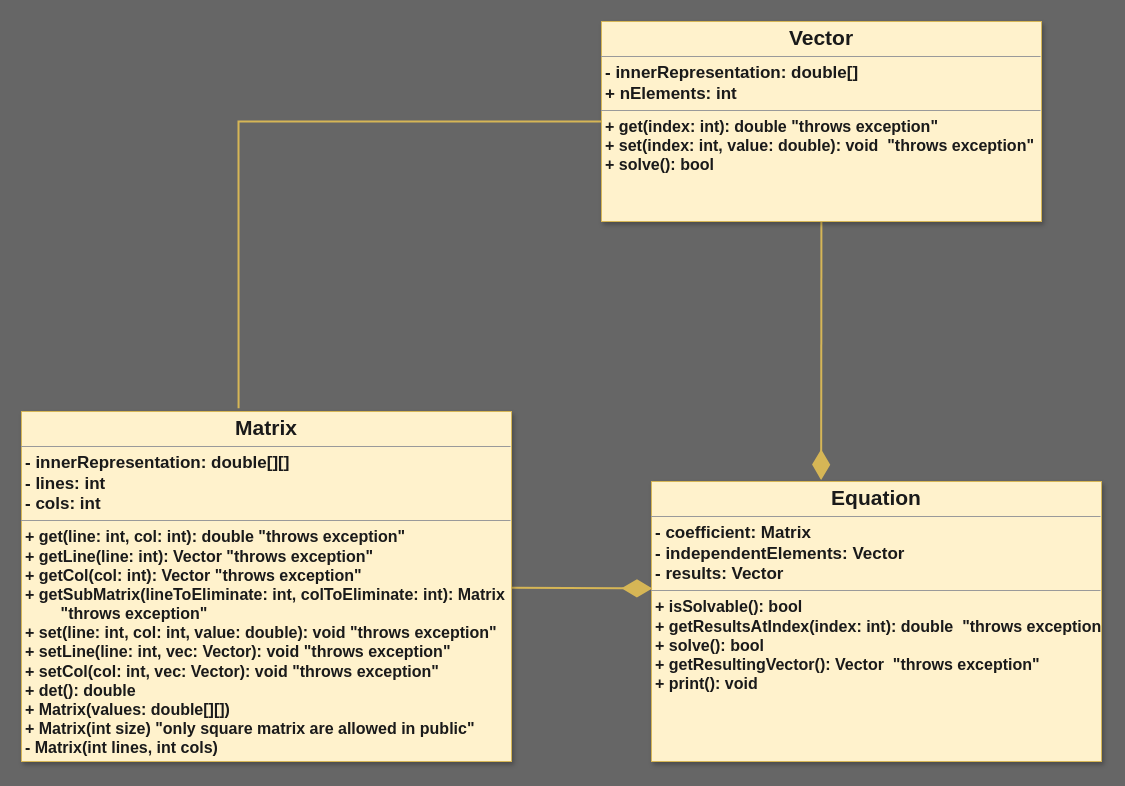
Before: diagrams/KramerSolver.drawio in Sophi301/Kramer, a draw.io diagram. Source tidied: cells renumbered, new cells numbered last; positions are measured from the earlier drawing's top-left corner, leaving out a move shared by most shapes. Both pictures are drawn from the tidied source at 100%, with x=0, y=0 at pixel (21, 21).
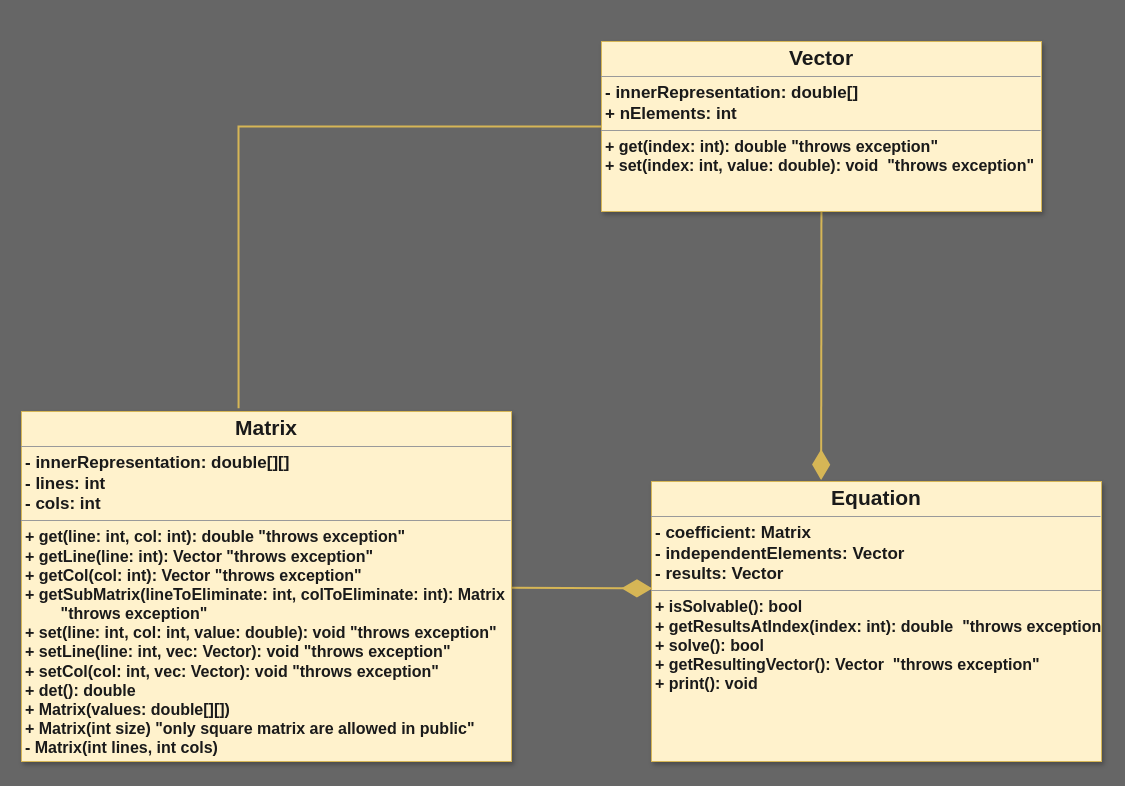
After the change.

Diff of the diagram source:
```diff
@@
 <mxGraphModel background="#666666">
   <root>
     <mxCell id="0" />
     <mxCell id="1" parent="0" />
     <mxCell id="2" value="&lt;p style=&quot;text-align: center ; margin: 4px 0px 0px&quot;&gt;&lt;b&gt;&lt;font style=&quot;font-size: 21px&quot;&gt;Equation&lt;/font&gt;&lt;/b&gt;&lt;/p&gt;&lt;hr size=&quot;1&quot;&gt;&lt;p style=&quot;margin: 0px 0px 0px 4px ; font-size: 17px&quot;&gt;&lt;font style=&quot;font-size: 17px&quot;&gt;&lt;b&gt;- coefficient: Matrix&lt;/b&gt;&lt;/font&gt;&lt;/p&gt;&lt;p style=&quot;margin: 0px 0px 0px 4px ; font-size: 17px&quot;&gt;&lt;font style=&quot;font-size: 17px&quot;&gt;&lt;b&gt;- independentElements: Vector&lt;/b&gt;&lt;/font&gt;&lt;/p&gt;&lt;p style=&quot;margin: 0px 0px 0px 4px ; font-size: 17px&quot;&gt;&lt;font style=&quot;font-size: 17px&quot;&gt;&lt;b&gt;- results: Vector&lt;/b&gt;&lt;/font&gt;&lt;/p&gt;&lt;hr size=&quot;1&quot;&gt;&lt;p style=&quot;margin: 0px ; margin-left: 4px&quot;&gt;&lt;font size=&quot;3&quot;&gt;&lt;b&gt;+ isSolvable(): bool&lt;/b&gt;&lt;/font&gt;&lt;/p&gt;&lt;p style=&quot;margin: 0px ; margin-left: 4px&quot;&gt;&lt;font size=&quot;3&quot;&gt;&lt;b&gt;+ getResultsAtIndex(index: int): double&amp;nbsp; &quot;throws exception&quot;&lt;/b&gt;&lt;/font&gt;&lt;/p&gt;&lt;p style=&quot;margin: 0px ; margin-left: 4px&quot;&gt;&lt;font size=&quot;3&quot;&gt;&lt;b&gt;+ solve(): bool&lt;/b&gt;&lt;/font&gt;&lt;/p&gt;&lt;p style=&quot;margin: 0px ; margin-left: 4px&quot;&gt;&lt;font size=&quot;3&quot;&gt;&lt;b&gt;+ getResultingVector(): Vector&amp;nbsp; &quot;throws exception&quot;&lt;/b&gt;&lt;/font&gt;&lt;/p&gt;&lt;p style=&quot;margin: 0px ; margin-left: 4px&quot;&gt;&lt;font size=&quot;3&quot;&gt;&lt;b&gt;+ print(): void&lt;/b&gt;&lt;/font&gt;&lt;/p&gt;" style="verticalAlign=top;align=left;overflow=fill;fontSize=12;fontFamily=Helvetica;html=1;gradientDirection=west;rounded=0;glass=0;shadow=1;strokeWidth=1;fillColor=#fff2cc;strokeColor=#d6b656;fontColor=#1A1A1A;" parent="1" vertex="1">
       <mxGeometry x="630" y="460" width="450" height="280" as="geometry" />
     </mxCell>
     <mxCell id="3" style="edgeStyle=none;html=1;entryX=0.002;entryY=0.382;entryDx=0;entryDy=0;entryPerimeter=0;fontSize=21;fontColor=#1A1A1A;endArrow=diamondThin;endFill=1;endSize=25;strokeWidth=2;fillColor=#fff2cc;strokeColor=#d6b656;rounded=0;" parent="1" edge="1" source="4" target="2">
       <mxGeometry relative="1" as="geometry" />
     </mxCell>
     <mxCell id="4" value="&lt;p style=&quot;text-align: center ; margin: 4px 0px 0px&quot;&gt;&lt;b&gt;&lt;font style=&quot;font-size: 21px&quot;&gt;Matrix&lt;/font&gt;&lt;/b&gt;&lt;/p&gt;&lt;hr size=&quot;1&quot;&gt;&lt;p style=&quot;margin: 0px 0px 0px 4px ; font-size: 17px&quot;&gt;&lt;b&gt;- innerRepresentation: double[][]&lt;/b&gt;&lt;/p&gt;&lt;p style=&quot;margin: 0px 0px 0px 4px ; font-size: 17px&quot;&gt;&lt;b&gt;- lines: int&lt;/b&gt;&lt;br&gt;&lt;/p&gt;&lt;p style=&quot;margin: 0px 0px 0px 4px ; font-size: 17px&quot;&gt;&lt;b&gt;- cols: int&lt;/b&gt;&lt;/p&gt;&lt;hr size=&quot;1&quot;&gt;&lt;p style=&quot;margin: 0px ; margin-left: 4px&quot;&gt;&lt;font size=&quot;3&quot;&gt;&lt;b&gt;+ get(line: int, col: int): double &quot;throws exception&quot;&lt;/b&gt;&lt;/font&gt;&lt;/p&gt;&lt;p style=&quot;margin: 0px ; margin-left: 4px&quot;&gt;&lt;font size=&quot;3&quot;&gt;&lt;b&gt;+ getLine(line: int): Vector &quot;throws exception&quot;&lt;/b&gt;&lt;/font&gt;&lt;/p&gt;&lt;p style=&quot;margin: 0px ; margin-left: 4px&quot;&gt;&lt;font size=&quot;3&quot;&gt;&lt;b&gt;+ getCol(col: int): Vector &quot;throws exception&quot;&lt;/b&gt;&lt;/font&gt;&lt;/p&gt;&lt;p style=&quot;margin: 0px ; margin-left: 4px&quot;&gt;&lt;font size=&quot;3&quot;&gt;&lt;b&gt;+ getSubMatrix(lineToEliminate: int, colToEliminate: int): Matrix&lt;/b&gt;&lt;/font&gt;&lt;/p&gt;&lt;p style=&quot;margin: 0px ; margin-left: 4px&quot;&gt;&lt;font size=&quot;3&quot;&gt;&lt;b&gt;&lt;span style=&quot;white-space: pre&quot;&gt;&#9;&lt;/span&gt;&quot;throws exception&quot;&lt;br&gt;&lt;/b&gt;&lt;/font&gt;&lt;/p&gt;&lt;p style=&quot;margin: 0px ; margin-left: 4px&quot;&gt;&lt;font size=&quot;3&quot;&gt;&lt;b&gt;+ set(line: int, col: int, value: double): void &quot;throws exception&quot;&lt;/b&gt;&lt;/font&gt;&lt;/p&gt;&lt;p style=&quot;margin: 0px ; margin-left: 4px&quot;&gt;&lt;font size=&quot;3&quot;&gt;&lt;b&gt;+ setLine(line: int, vec: Vector): void &quot;throws exception&quot;&lt;/b&gt;&lt;/font&gt;&lt;/p&gt;&lt;p style=&quot;margin: 0px ; margin-left: 4px&quot;&gt;&lt;font size=&quot;3&quot;&gt;&lt;b&gt;+ setCol(col: int, vec: Vector): void &quot;throws exception&quot;&lt;/b&gt;&lt;/font&gt;&lt;/p&gt;&lt;p style=&quot;margin: 0px ; margin-left: 4px&quot;&gt;&lt;font size=&quot;3&quot;&gt;&lt;b&gt;+ det(): double&lt;/b&gt;&lt;/font&gt;&lt;/p&gt;&lt;p style=&quot;margin: 0px ; margin-left: 4px&quot;&gt;&lt;font size=&quot;3&quot;&gt;&lt;b&gt;+ Matrix(values: double[][])&lt;/b&gt;&lt;/font&gt;&lt;/p&gt;&lt;p style=&quot;margin: 0px ; margin-left: 4px&quot;&gt;&lt;font size=&quot;3&quot;&gt;&lt;b&gt;+ Matrix(int size) &quot;only square matrix are allowed in public&quot;&lt;/b&gt;&lt;/font&gt;&lt;/p&gt;&lt;p style=&quot;margin: 0px ; margin-left: 4px&quot;&gt;&lt;font size=&quot;3&quot;&gt;&lt;b&gt;- Matrix(int lines, int cols)&lt;/b&gt;&lt;/font&gt;&lt;/p&gt;" style="verticalAlign=top;align=left;overflow=fill;fontSize=12;fontFamily=Helvetica;html=1;gradientDirection=west;rounded=0;glass=0;shadow=1;strokeWidth=1;fillColor=#fff2cc;strokeColor=#d6b656;fontColor=#1A1A1A;" parent="1" vertex="1">
       <mxGeometry y="390" width="490" height="350" as="geometry" />
     </mxCell>
     <mxCell id="5" style="edgeStyle=none;html=1;entryX=0.377;entryY=-0.005;entryDx=0;entryDy=0;fontSize=21;fontColor=#1A1A1A;endArrow=diamondThin;endFill=1;endSize=25;entryPerimeter=0;strokeWidth=2;fillColor=#fff2cc;strokeColor=#d6b656;rounded=0;" parent="1" edge="1" source="7" target="2">
       <mxGeometry relative="1" as="geometry" />
     </mxCell>
     <mxCell id="6" style="edgeStyle=none;html=1;entryX=0.443;entryY=-0.009;entryDx=0;entryDy=0;entryPerimeter=0;fontSize=21;fontColor=#1A1A1A;endArrow=none;endFill=0;endSize=25;strokeWidth=2;fillColor=#fff2cc;strokeColor=#d6b656;rounded=0;" parent="1" edge="1" source="7" target="4">
       <mxGeometry relative="1" as="geometry">
         <Array as="points">
-          <mxPoint x="217" y="100" />
+          <mxPoint x="217" y="105" />
         </Array>
       </mxGeometry>
     </mxCell>
-    <mxCell id="7" value="&lt;p style=&quot;text-align: center ; margin: 4px 0px 0px&quot;&gt;&lt;b&gt;&lt;font style=&quot;font-size: 21px&quot;&gt;Vector&lt;/font&gt;&lt;/b&gt;&lt;/p&gt;&lt;hr size=&quot;1&quot;&gt;&lt;p style=&quot;margin: 0px 0px 0px 4px ; font-size: 17px&quot;&gt;&lt;font style=&quot;font-size: 17px&quot;&gt;&lt;b&gt;- innerRepresentation: double[]&lt;/b&gt;&lt;/font&gt;&lt;/p&gt;&lt;p style=&quot;margin: 0px 0px 0px 4px ; font-size: 17px&quot;&gt;&lt;b&gt;+ nElements: int&lt;/b&gt;&lt;/p&gt;&lt;hr size=&quot;1&quot;&gt;&lt;p style=&quot;margin: 0px ; margin-left: 4px&quot;&gt;&lt;font size=&quot;3&quot;&gt;&lt;b&gt;+ get(index: int): double &quot;throws exception&quot;&amp;nbsp;&lt;/b&gt;&lt;/font&gt;&lt;/p&gt;&lt;p style=&quot;margin: 0px ; margin-left: 4px&quot;&gt;&lt;font size=&quot;3&quot;&gt;&lt;b&gt;+ set(index: int, value: double): void&amp;nbsp; &quot;throws exception&quot;&lt;/b&gt;&lt;/font&gt;&lt;/p&gt;&lt;p style=&quot;margin: 0px ; margin-left: 4px&quot;&gt;&lt;font size=&quot;3&quot;&gt;&lt;b&gt;+ solve(): bool&lt;/b&gt;&lt;/font&gt;&lt;/p&gt;" style="verticalAlign=top;align=left;overflow=fill;fontSize=12;fontFamily=Helvetica;html=1;gradientDirection=west;rounded=0;glass=0;shadow=1;strokeWidth=1;fillColor=#fff2cc;strokeColor=#d6b656;fontColor=#1A1A1A;" parent="1" vertex="1">
-      <mxGeometry x="580" width="440" height="200" as="geometry" />
+    <mxCell id="7" value="&lt;p style=&quot;text-align: center ; margin: 4px 0px 0px&quot;&gt;&lt;b&gt;&lt;font style=&quot;font-size: 21px&quot;&gt;Vector&lt;/font&gt;&lt;/b&gt;&lt;/p&gt;&lt;hr size=&quot;1&quot;&gt;&lt;p style=&quot;margin: 0px 0px 0px 4px ; font-size: 17px&quot;&gt;&lt;font style=&quot;font-size: 17px&quot;&gt;&lt;b&gt;- innerRepresentation: double[]&lt;/b&gt;&lt;/font&gt;&lt;/p&gt;&lt;p style=&quot;margin: 0px 0px 0px 4px ; font-size: 17px&quot;&gt;&lt;b&gt;+ nElements: int&lt;/b&gt;&lt;/p&gt;&lt;hr size=&quot;1&quot;&gt;&lt;p style=&quot;margin: 0px ; margin-left: 4px&quot;&gt;&lt;font size=&quot;3&quot;&gt;&lt;b&gt;+ get(index: int): double &quot;throws exception&quot;&amp;nbsp;&lt;/b&gt;&lt;/font&gt;&lt;/p&gt;&lt;p style=&quot;margin: 0px ; margin-left: 4px&quot;&gt;&lt;font size=&quot;3&quot;&gt;&lt;b&gt;+ set(index: int, value: double): void&amp;nbsp; &quot;throws exception&quot;&lt;/b&gt;&lt;/font&gt;&lt;/p&gt;" style="verticalAlign=top;align=left;overflow=fill;fontSize=12;fontFamily=Helvetica;html=1;gradientDirection=west;rounded=0;glass=0;shadow=1;strokeWidth=1;fillColor=#fff2cc;strokeColor=#d6b656;fontColor=#1A1A1A;" parent="1" vertex="1">
+      <mxGeometry x="580" y="20" width="440" height="170" as="geometry" />
     </mxCell>
   </root>
 </mxGraphModel>
```
